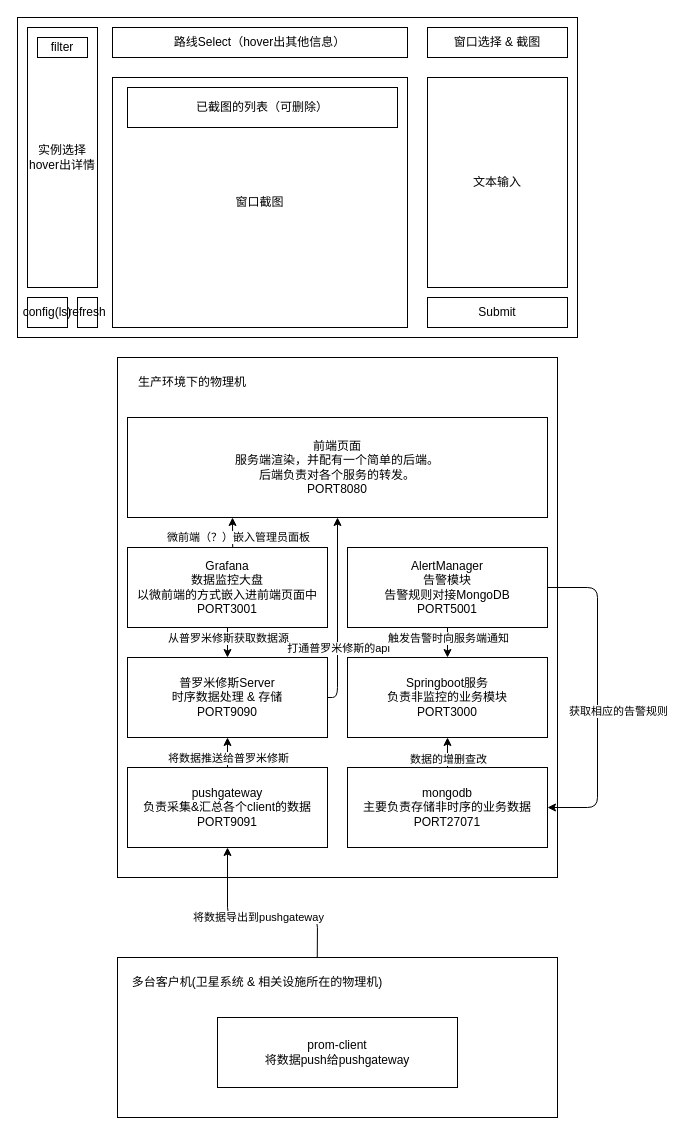
GenshinImpactMaster/satellite-monitor-docs keeps this draw.io diagram as Architecture.drawio. Above is the earlier version. Source tidied: cells renumbered, new cells numbered last; positions are measured from the earlier drawing's top-left corner, leaving out a move shared by most shapes. Both pictures are drawn from the tidied source at 100%, with x=0, y=0 at pixel (17, 17).
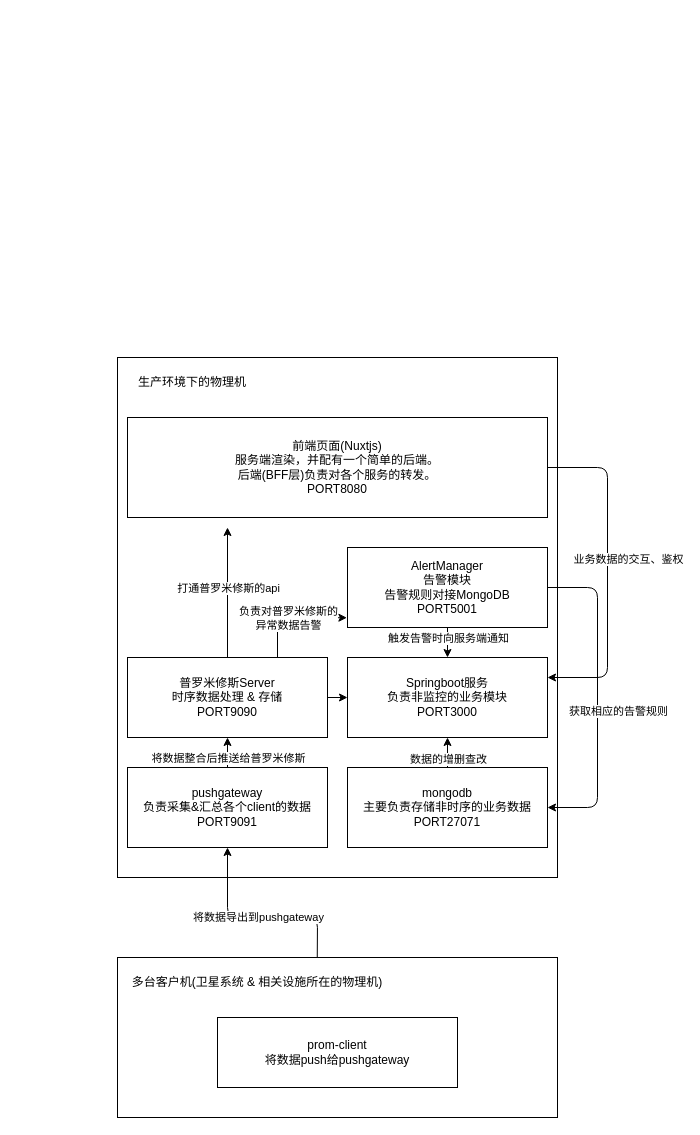
The same page after the edit.

Unchanged cells that the change refers to:
```xml
<mxCell id="6" value="普罗米修斯Server&lt;br&gt;时序数据处理 &amp;amp; 存储&lt;br&gt;PORT9090" style="rounded=0;whiteSpace=wrap;html=1;" parent="1" vertex="1">
  <mxGeometry x="110" y="640" width="200" height="80" as="geometry" />
</mxCell>
<mxCell id="7" style="edgeStyle=none;html=1;" parent="1" edge="1" source="9" target="6">
  <mxGeometry relative="1" as="geometry" />
</mxCell>
<mxCell id="13" value="Springboot服务&lt;br&gt;负责非监控的业务模块&lt;br&gt;PORT3000" style="rounded=0;whiteSpace=wrap;html=1;" parent="1" vertex="1">
  <mxGeometry x="330" y="640" width="200" height="80" as="geometry" />
</mxCell>
<mxCell id="23" value="AlertManager&lt;br&gt;告警模块&lt;br&gt;告警规则对接MongoDB&lt;br&gt;PORT5001" style="rounded=0;whiteSpace=wrap;html=1;" parent="1" vertex="1">
  <mxGeometry x="330" y="530" width="200" height="80" as="geometry" />
</mxCell>
```

The edit, as a diff of the source:
```diff
@@
-    <mxCell id="4" style="edgeStyle=none;html=1;entryX=0.5;entryY=1;entryDx=0;entryDy=0;" parent="1" edge="1" source="6" target="29">
-      <mxGeometry relative="1" as="geometry">
-        <Array as="points">
-          <mxPoint x="320" y="680" />
-        </Array>
-      </mxGeometry>
-    </mxCell>
+    <mxCell id="41" style="edgeStyle=none;html=1;exitX=0.5;exitY=0;exitDx=0;exitDy=0;" parent="1" edge="1" source="6">
+      <mxGeometry relative="1" as="geometry">
+        <mxPoint x="210" y="510" as="targetPoint" />
+      </mxGeometry>
+    </mxCell>
-    <mxCell id="5" value="打通普罗米修斯的api" style="edgeLabel;html=1;align=center;verticalAlign=middle;" parent="4" vertex="1">
-      <mxGeometry x="0.78" y="-2" relative="1" as="geometry">
-        <mxPoint x="-2" y="109" as="offset" />
+    <mxCell id="5" value="打通普罗米修斯的api" style="edgeLabel;html=1;align=center;verticalAlign=middle;" parent="41" vertex="1">
+      <mxGeometry x="-0.27" y="-1" relative="1" as="geometry">
+        <mxPoint x="-1" y="-23" as="offset" />
       </mxGeometry>
     </mxCell>
+    <mxCell id="42" style="edgeStyle=none;html=1;" parent="1" edge="1" source="6" target="13">
+      <mxGeometry relative="1" as="geometry" />
+    </mxCell>
+    <mxCell id="43" style="edgeStyle=none;html=1;exitX=0.75;exitY=0;exitDx=0;exitDy=0;entryX=-0.003;entryY=0.878;entryDx=0;entryDy=0;entryPerimeter=0;" parent="1" edge="1" source="6" target="23">
+      <mxGeometry relative="1" as="geometry">
+        <Array as="points">
+          <mxPoint x="260" y="600" />
+        </Array>
+      </mxGeometry>
+    </mxCell>
+    <mxCell id="44" value="负责对普罗米修斯的&lt;br&gt;异常数据告警" style="edgeLabel;html=1;align=center;verticalAlign=middle;" parent="43" vertex="1">
+      <mxGeometry y="-3" relative="1" as="geometry">
+        <mxPoint x="-4" y="-3" as="offset" />
+      </mxGeometry>
+    </mxCell>
@@
-    <mxCell id="8" value="将数据推送给普罗米修斯" style="edgeLabel;html=1;align=center;verticalAlign=middle;" parent="7" vertex="1">
+    <mxCell id="8" value="将数据整合后推送给普罗米修斯" style="edgeLabel;html=1;align=center;verticalAlign=middle;" parent="7" vertex="1">
       <mxGeometry x="-0.43" y="1" relative="1" as="geometry">
         <mxPoint x="1" y="-1" as="offset" />
       </mxGeometry>
     </mxCell>
@@
-    <mxCell id="24" style="edgeStyle=none;html=1;entryX=0.25;entryY=1;entryDx=0;entryDy=0;exitX=0.526;exitY=-0.004;exitDx=0;exitDy=0;exitPerimeter=0;" parent="1" edge="1" source="28" target="29">
-      <mxGeometry relative="1" as="geometry" />
-    </mxCell>
-    <mxCell id="25" value="微前端（？）嵌入管理员面板" style="edgeLabel;html=1;align=center;verticalAlign=middle;" parent="24" vertex="1">
-      <mxGeometry x="-0.54" relative="1" as="geometry">
-        <mxPoint x="5" y="-3" as="offset" />
-      </mxGeometry>
-    </mxCell>
-    <mxCell id="26" style="edgeStyle=none;html=1;" parent="1" edge="1" source="28" target="6">
-      <mxGeometry relative="1" as="geometry" />
-    </mxCell>
-    <mxCell id="27" value="从普罗米修斯获取数据源" style="edgeLabel;html=1;align=center;verticalAlign=middle;" parent="26" vertex="1">
-      <mxGeometry x="-0.59" y="2" relative="1" as="geometry">
-        <mxPoint x="-2" y="4" as="offset" />
-      </mxGeometry>
-    </mxCell>
-    <mxCell id="28" value="Grafana&lt;br&gt;数据监控大盘&lt;br&gt;以微前端的方式嵌入进前端页面中&lt;br&gt;PORT3001" style="rounded=0;whiteSpace=wrap;html=1;" parent="1" vertex="1">
-      <mxGeometry x="110" y="530" width="200" height="80" as="geometry" />
-    </mxCell>
+    <mxCell id="45" style="edgeStyle=none;html=1;entryX=1;entryY=0.25;entryDx=0;entryDy=0;" parent="1" edge="1" source="29" target="13">
+      <mxGeometry relative="1" as="geometry">
+        <Array as="points">
+          <mxPoint x="590" y="450" />
+          <mxPoint x="590" y="660" />
+        </Array>
+      </mxGeometry>
+    </mxCell>
+    <mxCell id="46" value="业务数据的交互、鉴权" style="edgeLabel;html=1;align=center;verticalAlign=middle;" parent="45" vertex="1">
+      <mxGeometry x="-0.16" y="2" relative="1" as="geometry">
+        <mxPoint x="18" y="12" as="offset" />
+      </mxGeometry>
+    </mxCell>
-    <mxCell id="29" value="前端页面&lt;br&gt;服务端渲染，并配有一个简单的后端。&lt;br&gt;后端负责对各个服务的转发。&lt;br&gt;PORT8080" style="rounded=0;whiteSpace=wrap;html=1;" parent="1" vertex="1">
+    <mxCell id="29" value="前端页面(Nuxtjs)&lt;br&gt;服务端渲染，并配有一个简单的后端。&lt;br&gt;后端(BFF层)负责对各个服务的转发。&lt;br&gt;PORT8080" style="rounded=0;whiteSpace=wrap;html=1;" parent="1" vertex="1">
       <mxGeometry x="110" y="400" width="420" height="100" as="geometry" />
     </mxCell>
-    <mxCell id="30" style="rounded=0;whiteSpace=wrap;html=1;" parent="1" vertex="1">
-      <mxGeometry width="560" height="320" as="geometry" />
-    </mxCell>
-    <mxCell id="31" value="窗口选择 &amp;amp; 截图" style="rounded=0;whiteSpace=wrap;html=1;" parent="1" vertex="1">
-      <mxGeometry x="410" y="10" width="140" height="30" as="geometry" />
-    </mxCell>
-    <mxCell id="32" value="窗口截图" style="rounded=0;whiteSpace=wrap;html=1;" parent="1" vertex="1">
-      <mxGeometry x="95" y="60" width="295" height="250" as="geometry" />
-    </mxCell>
-    <mxCell id="33" value="文本输入" style="rounded=0;whiteSpace=wrap;html=1;" parent="1" vertex="1">
-      <mxGeometry x="410" y="60" width="140" height="210" as="geometry" />
-    </mxCell>
-    <mxCell id="34" value="路线Select（hover出其他信息）" style="rounded=0;whiteSpace=wrap;html=1;" parent="1" vertex="1">
-      <mxGeometry x="95" y="10" width="295" height="30" as="geometry" />
-    </mxCell>
-    <mxCell id="35" value="实例选择&lt;br&gt;hover出详情" style="rounded=0;whiteSpace=wrap;html=1;" parent="1" vertex="1">
-      <mxGeometry x="10" y="10" width="70" height="260" as="geometry" />
-    </mxCell>
-    <mxCell id="36" value="Submit" style="rounded=0;whiteSpace=wrap;html=1;" parent="1" vertex="1">
-      <mxGeometry x="410" y="280" width="140" height="30" as="geometry" />
-    </mxCell>
-    <mxCell id="37" value="config(ls)" style="rounded=0;whiteSpace=wrap;html=1;" parent="1" vertex="1">
-      <mxGeometry x="10" y="280" width="40" height="30" as="geometry" />
-    </mxCell>
-    <mxCell id="38" value="已截图的列表（可删除）" style="rounded=0;whiteSpace=wrap;html=1;" parent="1" vertex="1">
-      <mxGeometry x="110" y="70" width="270" height="40" as="geometry" />
-    </mxCell>
-    <mxCell id="39" value="filter" style="rounded=0;whiteSpace=wrap;html=1;" parent="1" vertex="1">
-      <mxGeometry x="20" y="20" width="50" height="20" as="geometry" />
-    </mxCell>
-    <mxCell id="40" value="refresh" style="rounded=0;whiteSpace=wrap;html=1;" parent="1" vertex="1">
-      <mxGeometry x="60" y="280" width="20" height="30" as="geometry" />
-    </mxCell>
```
